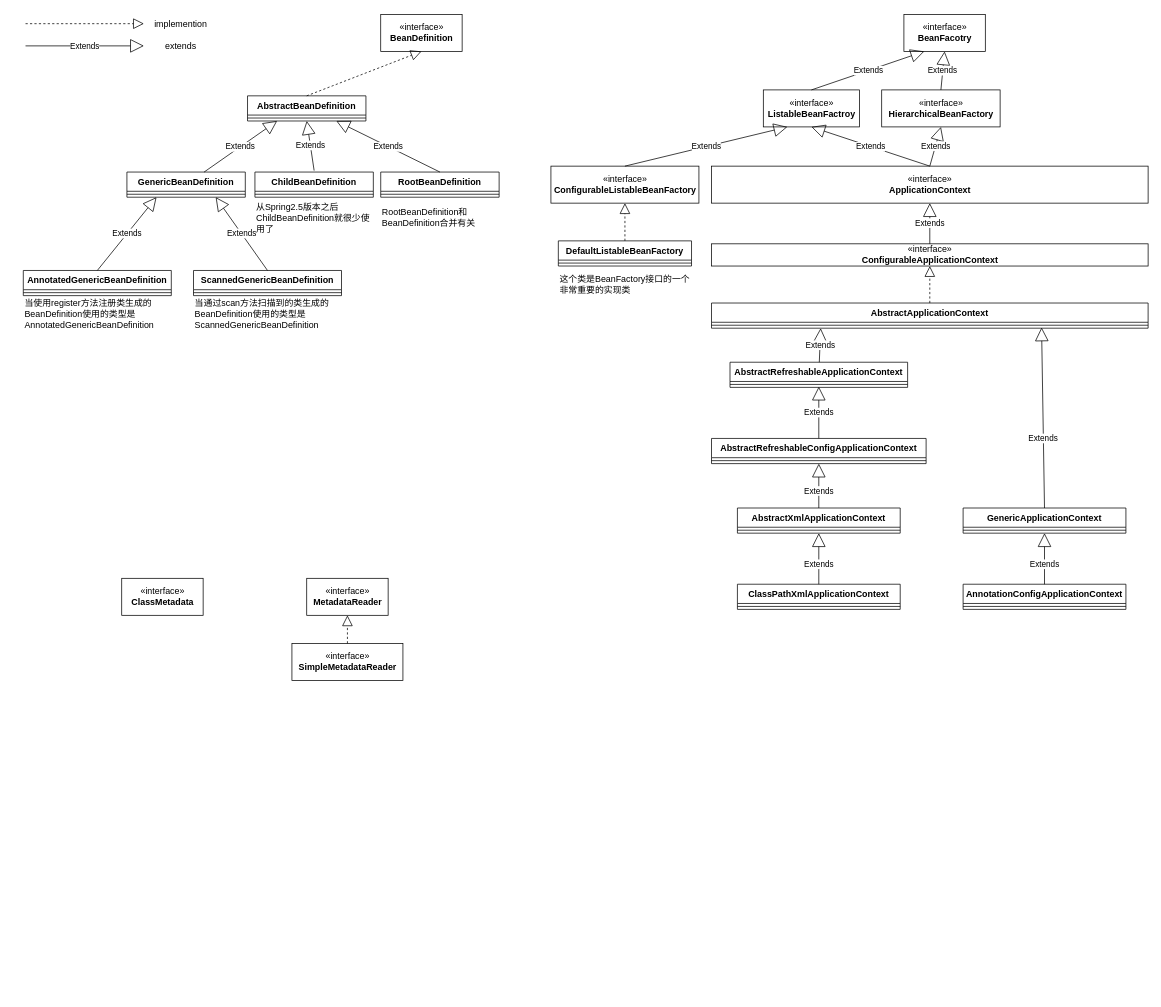
This is Untitled Diagram.drawio from zhoulei4652/gitchild, a draw.io file, before an edit. Source tidied: cells renumbered, new cells numbered last; positions are measured from the earlier drawing's top-left corner, leaving out a move shared by most shapes. Both pictures are drawn from the tidied source at 74%, with x=0, y=0 at pixel (23, 13).
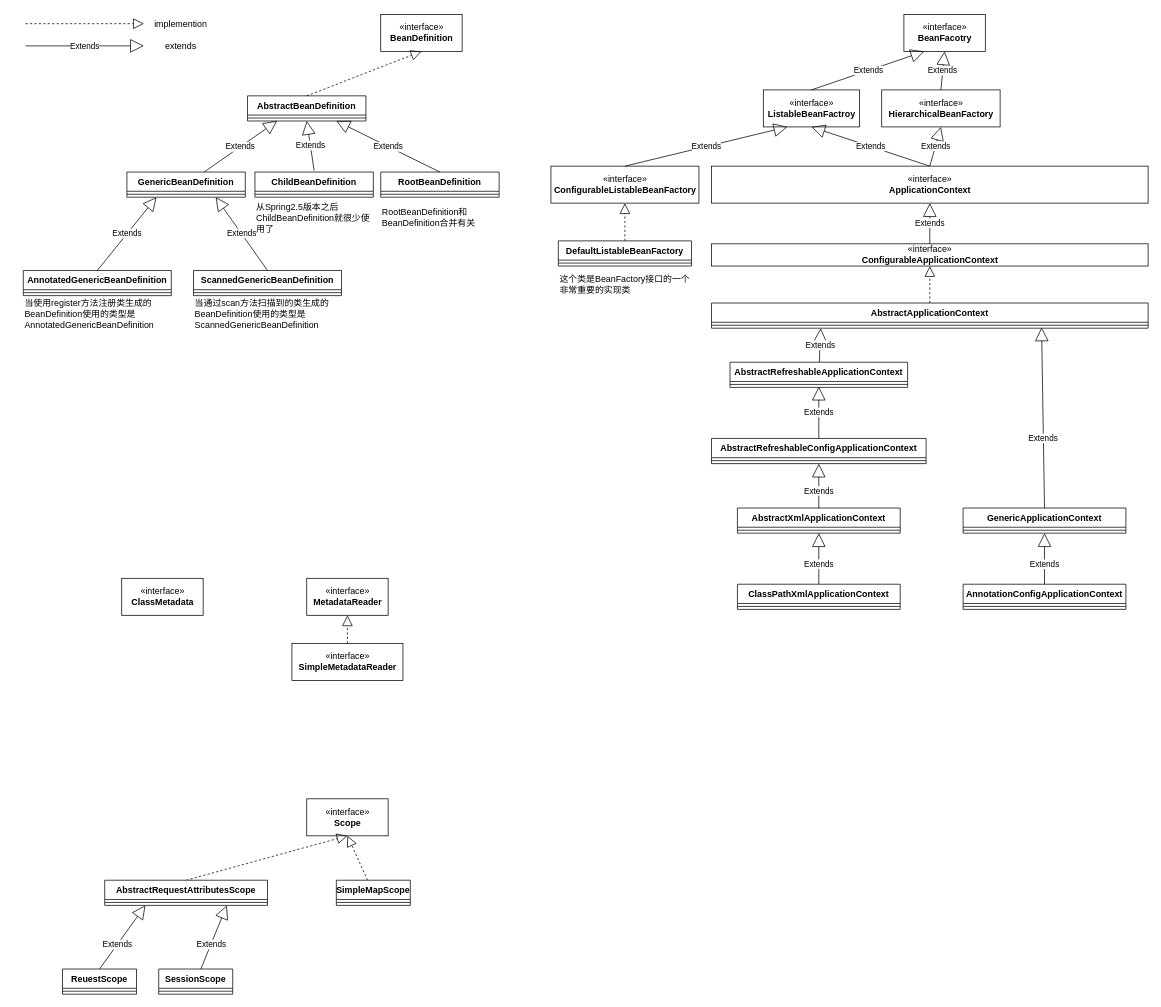
The same page after the edit.

What changed in the source:
```diff
@@
+    <mxCell id="70" value="&lt;div&gt;«interface»&lt;span style=&quot;color: #000000&quot;&gt;&lt;br&gt;&lt;/span&gt;&lt;/div&gt;&lt;div&gt;&lt;b&gt;&lt;span style=&quot;color: #000000&quot;&gt;Scope&lt;br&gt;&lt;/span&gt;&lt;/b&gt;&lt;/div&gt;" style="html=1;" parent="1" vertex="1">
+      <mxGeometry x="383" y="1062" width="110" height="50" as="geometry" />
+    </mxCell>
+    <mxCell id="71" value="Extends" style="endArrow=block;endSize=16;endFill=0;html=1;rounded=0;exitX=0.5;exitY=0;exitDx=0;exitDy=0;entryX=0.25;entryY=1;entryDx=0;entryDy=0;" parent="1" edge="1" source="75" target="73">
+      <mxGeometry x="-0.23" relative="1" as="geometry" />
+    </mxCell>
+    <mxCell id="72" style="endArrow=block;dashed=1;endFill=0;endSize=12;html=1;rounded=0;exitX=0.5;exitY=0;exitDx=0;exitDy=0;entryX=0.5;entryY=1;entryDx=0;entryDy=0;" parent="1" edge="1" source="73" target="70">
+      <mxGeometry relative="1" as="geometry" />
+    </mxCell>
+    <mxCell id="73" value="AbstractRequestAttributesScope" style="swimlane;fontStyle=1;align=center;verticalAlign=top;horizontal=1;startSize=26;" parent="1" vertex="1">
+      <mxGeometry x="110" y="1172" width="220" height="34" as="geometry" />
+    </mxCell>
+    <mxCell id="74" style="line;strokeWidth=1;fillColor=none;align=left;verticalAlign=middle;spacingTop=-1;spacingLeft=3;spacingRight=3;labelPosition=right;" parent="73" vertex="1">
+      <mxGeometry y="26" width="220" height="8" as="geometry" />
+    </mxCell>
+    <mxCell id="75" value="ReuestScope" style="swimlane;fontStyle=1;align=center;verticalAlign=top;horizontal=1;startSize=26;" parent="1" vertex="1">
+      <mxGeometry x="53" y="1292" width="100" height="34" as="geometry" />
+    </mxCell>
+    <mxCell id="76" style="line;strokeWidth=1;fillColor=none;align=left;verticalAlign=middle;spacingTop=-1;spacingLeft=3;spacingRight=3;labelPosition=right;" parent="75" vertex="1">
+      <mxGeometry y="26" width="100" height="8" as="geometry" />
+    </mxCell>
+    <mxCell id="77" value="SessionScope" style="swimlane;fontStyle=1;align=center;verticalAlign=top;horizontal=1;startSize=26;" parent="1" vertex="1">
+      <mxGeometry x="183" y="1292" width="100" height="34" as="geometry" />
+    </mxCell>
+    <mxCell id="78" style="line;strokeWidth=1;fillColor=none;align=left;verticalAlign=middle;spacingTop=-1;spacingLeft=3;spacingRight=3;labelPosition=right;" parent="77" vertex="1">
+      <mxGeometry y="26" width="100" height="8" as="geometry" />
+    </mxCell>
+    <mxCell id="79" value="Extends" style="endArrow=block;endSize=16;endFill=0;html=1;rounded=0;entryX=0.75;entryY=1;entryDx=0;entryDy=0;" parent="1" edge="1" source="77" target="73">
+      <mxGeometry x="-0.23" relative="1" as="geometry" />
+    </mxCell>
+    <mxCell id="80" value="SimpleMapScope" style="swimlane;fontStyle=1;align=center;verticalAlign=top;horizontal=1;startSize=26;" parent="1" vertex="1">
+      <mxGeometry x="423" y="1172" width="100" height="34" as="geometry" />
+    </mxCell>
+    <mxCell id="81" style="line;strokeWidth=1;fillColor=none;align=left;verticalAlign=middle;spacingTop=-1;spacingLeft=3;spacingRight=3;labelPosition=right;" parent="80" vertex="1">
+      <mxGeometry y="26" width="100" height="8" as="geometry" />
+    </mxCell>
+    <mxCell id="82" style="endArrow=block;dashed=1;endFill=0;endSize=12;html=1;rounded=0;entryX=0.5;entryY=1;entryDx=0;entryDy=0;" parent="1" edge="1" source="80" target="70">
+      <mxGeometry relative="1" as="geometry" />
+    </mxCell>
```
